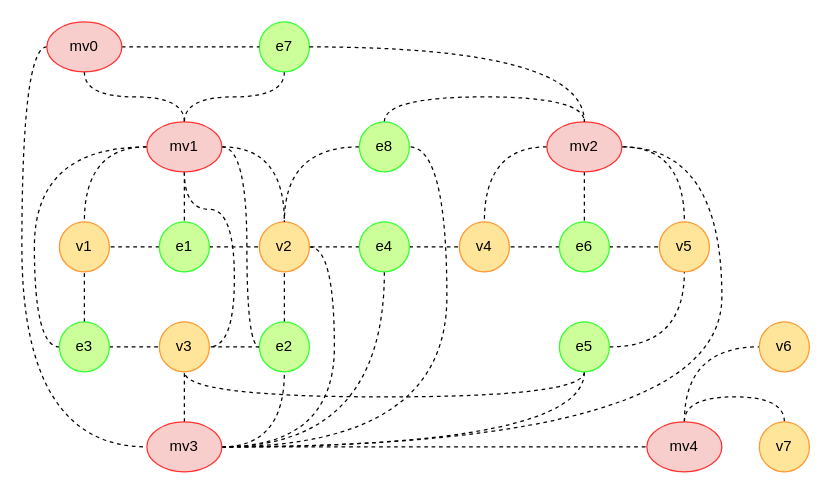
The draw.io diagram page "Flatten graph" (5 of 5) of FlattedMG_Simple.drawio in DMfananddu/MAG_Diploma, before the edit. Source tidied: cells renumbered, new cells numbered last; positions are measured from the earlier drawing's top-left corner, leaving out a move shared by most shapes. Both pictures are drawn from the tidied source at 125%, with x=0, y=0 at pixel (46, 21).
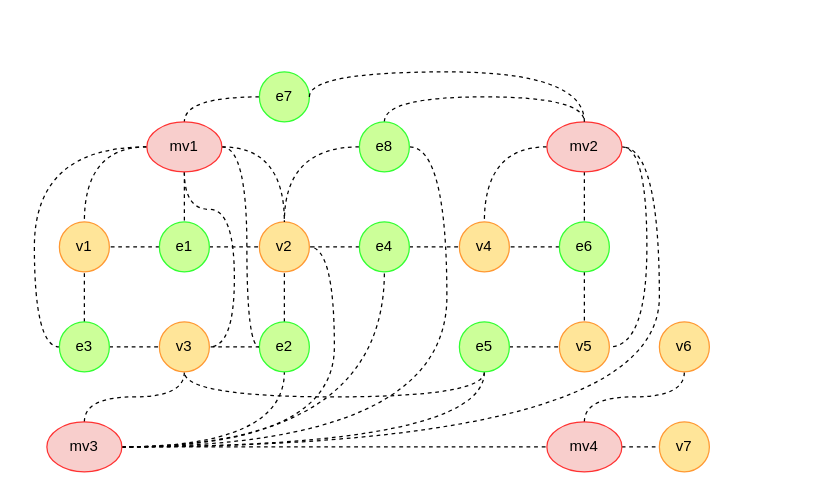
The same diagram, later.

The change refers to these unchanged cells:
```xml
<mxCell id="21" value="mv2" style="ellipse;whiteSpace=wrap;html=1;fillColor=#F8CECC;strokeColor=#FF3333;" parent="1" vertex="1">
  <mxGeometry x="400" y="80" width="60" height="40" as="geometry" />
</mxCell>
<mxCell id="28" value="mv1" style="ellipse;whiteSpace=wrap;html=1;fillColor=#F8CECC;strokeColor=#FF3333;" parent="1" vertex="1">
  <mxGeometry x="80" y="80" width="60" height="40" as="geometry" />
</mxCell>
<mxCell id="35" value="e3" style="ellipse;whiteSpace=wrap;html=1;fillColor=#CCFF99;strokeColor=#33FF33;" parent="1" vertex="1">
  <mxGeometry x="10" y="240" width="40" height="40" as="geometry" />
</mxCell>
<mxCell id="45" value="e6" style="ellipse;whiteSpace=wrap;html=1;fillColor=#CCFF99;strokeColor=#33FF33;" parent="1" vertex="1">
  <mxGeometry x="410" y="160" width="40" height="40" as="geometry" />
</mxCell>
```

Diff of the diagram source:
```diff
@@
-    <mxCell id="2" style="edgeStyle=orthogonalEdgeStyle;rounded=0;jumpStyle=arc;jettySize=auto;html=1;exitX=1;exitY=0.5;exitDx=0;exitDy=0;entryX=0.5;entryY=1;entryDx=0;entryDy=0;endArrow=none;endFill=0;dashed=1;curved=1;" parent="1" edge="1" source="53" target="40">
+    <mxCell id="2" style="edgeStyle=orthogonalEdgeStyle;rounded=0;jumpStyle=arc;jettySize=auto;html=1;exitX=1;exitY=0.5;exitDx=0;exitDy=0;entryX=0;entryY=0.5;entryDx=0;entryDy=0;endArrow=none;endFill=0;dashed=1;curved=1;" parent="1" edge="1" source="53" target="40">
       <mxGeometry relative="1" as="geometry" />
     </mxCell>
@@
-    <mxCell id="6" style="edgeStyle=orthogonalEdgeStyle;rounded=0;jumpStyle=arc;jettySize=auto;html=1;exitX=0.5;exitY=1;exitDx=0;exitDy=0;entryX=0.5;entryY=0;entryDx=0;entryDy=0;endArrow=none;endFill=0;dashed=1;curved=1;" parent="1" edge="1" source="7" target="28">
-      <mxGeometry relative="1" as="geometry" />
+    <mxCell id="6" style="edgeStyle=orthogonalEdgeStyle;rounded=0;jumpStyle=arc;jettySize=auto;html=1;exitX=0;exitY=0.5;exitDx=0;exitDy=0;entryX=0.5;entryY=0;entryDx=0;entryDy=0;endArrow=none;endFill=0;dashed=1;curved=1;" parent="1" edge="1" source="7" target="28">
+      <mxGeometry relative="1" as="geometry">
+        <Array as="points">
+          <mxPoint x="110" y="60" />
+        </Array>
+      </mxGeometry>
     </mxCell>
     <mxCell id="7" value="e7" style="ellipse;whiteSpace=wrap;html=1;fillColor=#CCFF99;strokeColor=#33FF33;" parent="1" vertex="1">
-      <mxGeometry x="170" width="40" height="40" as="geometry" />
+      <mxGeometry x="170" y="40" width="40" height="40" as="geometry" />
     </mxCell>
-    <mxCell id="8" style="edgeStyle=orthogonalEdgeStyle;rounded=0;jettySize=auto;html=1;exitX=0.5;exitY=0;exitDx=0;exitDy=0;entryX=0;entryY=0.5;entryDx=0;entryDy=0;fontSize=14;strokeColor=#000000;strokeWidth=1;endArrow=none;endFill=0;dashed=1;curved=1;" parent="1" edge="1" source="59" target="41">
+    <mxCell id="8" style="edgeStyle=orthogonalEdgeStyle;rounded=0;jettySize=auto;html=1;exitX=0.5;exitY=0;exitDx=0;exitDy=0;entryX=0.5;entryY=1;entryDx=0;entryDy=0;fontSize=14;strokeColor=#000000;strokeWidth=1;endArrow=none;endFill=0;dashed=1;curved=1;" parent="1" edge="1" source="59" target="41">
       <mxGeometry relative="1" as="geometry" />
     </mxCell>
-    <mxCell id="9" style="edgeStyle=orthogonalEdgeStyle;curved=1;rounded=0;sketch=0;jettySize=auto;html=1;exitX=0.5;exitY=0;exitDx=0;exitDy=0;entryX=0.5;entryY=0;entryDx=0;entryDy=0;shadow=0;dashed=1;endArrow=none;endFill=0;strokeColor=#000000;strokeWidth=1;" parent="1" edge="1" source="59" target="42">
+    <mxCell id="9" style="edgeStyle=orthogonalEdgeStyle;curved=1;rounded=0;sketch=0;jettySize=auto;html=1;exitX=1;exitY=0.5;exitDx=0;exitDy=0;entryX=0;entryY=0.5;entryDx=0;entryDy=0;shadow=0;dashed=1;endArrow=none;endFill=0;strokeColor=#000000;strokeWidth=1;" parent="1" edge="1" source="59" target="42">
       <mxGeometry relative="1" as="geometry" />
     </mxCell>
@@
     <mxCell id="16" style="edgeStyle=orthogonalEdgeStyle;curved=1;rounded=0;sketch=0;jettySize=auto;html=1;exitX=1;exitY=0.5;exitDx=0;exitDy=0;entryX=1;entryY=0.5;entryDx=0;entryDy=0;shadow=0;dashed=1;endArrow=none;endFill=0;strokeColor=#000000;strokeWidth=1;startArrow=none;" parent="1" edge="1" source="17" target="21">
       <mxGeometry relative="1" as="geometry">
         <Array as="points">
-          <mxPoint x="540" y="340" />
-          <mxPoint x="540" y="100" />
+          <mxPoint x="490" y="340" />
+          <mxPoint x="490" y="100" />
         </Array>
       </mxGeometry>
     </mxCell>
     <mxCell id="17" value="mv3" style="ellipse;whiteSpace=wrap;html=1;fillColor=#F8CECC;strokeColor=#FF3333;" parent="1" vertex="1">
-      <mxGeometry x="80" y="320" width="60" height="40" as="geometry" />
+      <mxGeometry y="320" width="60" height="40" as="geometry" />
     </mxCell>
@@
-    <mxCell id="20" style="edgeStyle=orthogonalEdgeStyle;curved=1;rounded=0;sketch=0;jettySize=auto;html=1;exitX=1;exitY=0.5;exitDx=0;exitDy=0;entryX=0.5;entryY=0;entryDx=0;entryDy=0;shadow=0;dashed=1;endArrow=none;endFill=0;strokeColor=#000000;strokeWidth=1;" parent="1" edge="1" source="21" target="40">
+    <mxCell id="20" style="edgeStyle=orthogonalEdgeStyle;curved=1;rounded=0;sketch=0;jettySize=auto;html=1;exitX=1;exitY=0.5;exitDx=0;exitDy=0;entryX=1;entryY=0.5;entryDx=0;entryDy=0;shadow=0;dashed=1;endArrow=none;endFill=0;strokeColor=#000000;strokeWidth=1;" parent="1" edge="1" source="21" target="40">
       <mxGeometry relative="1" as="geometry" />
     </mxCell>
@@
     <mxCell id="26" style="edgeStyle=orthogonalEdgeStyle;curved=1;rounded=0;sketch=0;jettySize=auto;html=1;exitX=0;exitY=0.5;exitDx=0;exitDy=0;entryX=0;entryY=0.5;entryDx=0;entryDy=0;shadow=0;dashed=1;endArrow=none;endFill=0;strokeColor=#000000;strokeWidth=1;" parent="1" edge="1" source="28" target="35">
-      <mxGeometry relative="1" as="geometry" />
+      <mxGeometry relative="1" as="geometry">
+        <Array as="points">
+          <mxPoint x="-10" y="100" />
+          <mxPoint x="-10" y="260" />
+        </Array>
+      </mxGeometry>
     </mxCell>
@@
     <mxCell id="40" value="v5" style="ellipse;whiteSpace=wrap;html=1;fillColor=#FFE599;strokeColor=#FF9933;" parent="1" vertex="1">
-      <mxGeometry x="490" y="160" width="40" height="40" as="geometry" />
+      <mxGeometry x="410" y="240" width="40" height="40" as="geometry" />
     </mxCell>
     <mxCell id="41" value="v6" style="ellipse;whiteSpace=wrap;html=1;fillColor=#FFE599;strokeColor=#FF9933;" parent="1" vertex="1">
-      <mxGeometry x="570" y="240" width="40" height="40" as="geometry" />
+      <mxGeometry x="490" y="240" width="40" height="40" as="geometry" />
     </mxCell>
     <mxCell id="42" value="v7" style="ellipse;whiteSpace=wrap;html=1;fillColor=#FFE599;strokeColor=#FF9933;" parent="1" vertex="1">
-      <mxGeometry x="570" y="320" width="40" height="40" as="geometry" />
+      <mxGeometry x="490" y="320" width="40" height="40" as="geometry" />
     </mxCell>
@@
-    <mxCell id="44" style="edgeStyle=orthogonalEdgeStyle;rounded=0;jumpStyle=arc;jettySize=auto;html=1;exitX=1;exitY=0.5;exitDx=0;exitDy=0;entryX=0;entryY=0.5;entryDx=0;entryDy=0;endArrow=none;endFill=0;dashed=1;curved=1;" parent="1" edge="1" source="45" target="40">
+    <mxCell id="44" style="edgeStyle=orthogonalEdgeStyle;rounded=0;jumpStyle=arc;jettySize=auto;html=1;exitX=0.5;exitY=1;exitDx=0;exitDy=0;entryX=0.5;entryY=0;entryDx=0;entryDy=0;endArrow=none;endFill=0;dashed=1;curved=1;" parent="1" edge="1" source="45" target="40">
       <mxGeometry relative="1" as="geometry" />
     </mxCell>
@@
     <mxCell id="53" value="e5" style="ellipse;whiteSpace=wrap;html=1;fillColor=#CCFF99;strokeColor=#33FF33;" parent="1" vertex="1">
-      <mxGeometry x="410" y="240" width="40" height="40" as="geometry" />
+      <mxGeometry x="330" y="240" width="40" height="40" as="geometry" />
     </mxCell>
     <mxCell id="54" style="edgeStyle=orthogonalEdgeStyle;rounded=0;jumpStyle=arc;jettySize=auto;html=1;exitX=1;exitY=0.5;exitDx=0;exitDy=0;entryX=0.5;entryY=0;entryDx=0;entryDy=0;endArrow=none;endFill=0;dashed=1;curved=1;" parent="1" edge="1" source="7" target="21">
-      <mxGeometry relative="1" as="geometry" />
+      <mxGeometry relative="1" as="geometry">
+        <Array as="points">
+          <mxPoint x="210" y="40" />
+          <mxPoint x="430" y="40" />
+        </Array>
+      </mxGeometry>
     </mxCell>
-    <mxCell id="55" style="edgeStyle=orthogonalEdgeStyle;curved=1;rounded=0;sketch=0;jettySize=auto;html=1;exitX=0;exitY=0.5;exitDx=0;exitDy=0;entryX=0;entryY=0.5;entryDx=0;entryDy=0;shadow=0;dashed=1;endArrow=none;endFill=0;strokeColor=default;" parent="1" edge="1" source="58" target="17">
-      <mxGeometry relative="1" as="geometry" />
-    </mxCell>
-    <mxCell id="56" style="edgeStyle=orthogonalEdgeStyle;curved=1;rounded=0;sketch=0;jettySize=auto;html=1;exitX=1;exitY=0.5;exitDx=0;exitDy=0;entryX=0;entryY=0.5;entryDx=0;entryDy=0;shadow=0;dashed=1;endArrow=none;endFill=0;strokeColor=default;" parent="1" edge="1" source="58" target="7">
-      <mxGeometry relative="1" as="geometry" />
-    </mxCell>
-    <mxCell id="57" style="edgeStyle=orthogonalEdgeStyle;curved=1;rounded=0;sketch=0;jettySize=auto;html=1;exitX=0.5;exitY=1;exitDx=0;exitDy=0;entryX=0.5;entryY=0;entryDx=0;entryDy=0;shadow=0;dashed=1;endArrow=none;endFill=0;strokeColor=#000000;strokeWidth=1;" parent="1" edge="1" source="58" target="28">
-      <mxGeometry relative="1" as="geometry" />
-    </mxCell>
-    <mxCell id="58" value="mv0" style="ellipse;whiteSpace=wrap;html=1;fillColor=#F8CECC;strokeColor=#FF3333;" parent="1" vertex="1">
-      <mxGeometry width="60" height="40" as="geometry" />
-    </mxCell>
     <mxCell id="59" value="mv4" style="ellipse;whiteSpace=wrap;html=1;fillColor=#F8CECC;strokeColor=#FF3333;" parent="1" vertex="1">
-      <mxGeometry x="480" y="320" width="60" height="40" as="geometry" />
+      <mxGeometry x="400" y="320" width="60" height="40" as="geometry" />
     </mxCell>
```
